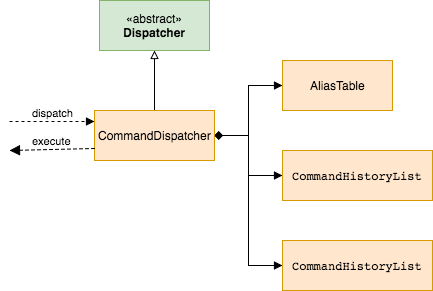
Earlier version of the draw.io export docs/images/DispatcherClassDiagram.png (CS2103JAN2017-W13-B3/addressbook-level4). Source tidied: cells renumbered, new cells last; positions are measured from the earlier drawing's top-left corner, leaving out a move shared by most shapes.
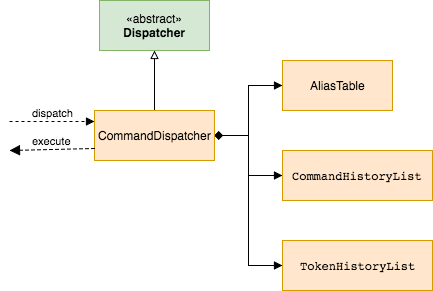
The same file after the commit.

Commit message:
Replace dispatcher class diagram

What changed in the source:
```diff
@@ -26,7 +26,7 @@
     <mxCell id="9" value="&lt;pre&gt;&lt;span&gt;CommandHistoryList&lt;/span&gt;&lt;/pre&gt;" style="html=1;fillColor=#ffe6cc;strokeColor=#d79b00;" parent="1" vertex="1">
       <mxGeometry x="273" y="150" width="150" height="50" as="geometry" />
     </mxCell>
-    <mxCell id="10" value="&lt;pre&gt;&lt;span&gt;CommandHistoryList&lt;/span&gt;&lt;/pre&gt;" style="html=1;fillColor=#ffe6cc;strokeColor=#d79b00;" parent="1" vertex="1">
+    <mxCell id="10" value="&lt;pre&gt;&lt;span&gt;TokenHistoryList&lt;/span&gt;&lt;/pre&gt;" style="html=1;fillColor=#ffe6cc;strokeColor=#d79b00;" parent="1" vertex="1">
       <mxGeometry x="273" y="240" width="150" height="50" as="geometry" />
     </mxCell>
     <mxCell id="11" value="dispatch" style="html=1;verticalAlign=bottom;endArrow=block;entryX=0;entryY=0.25;dashed=1;" parent="1" edge="1">
```
